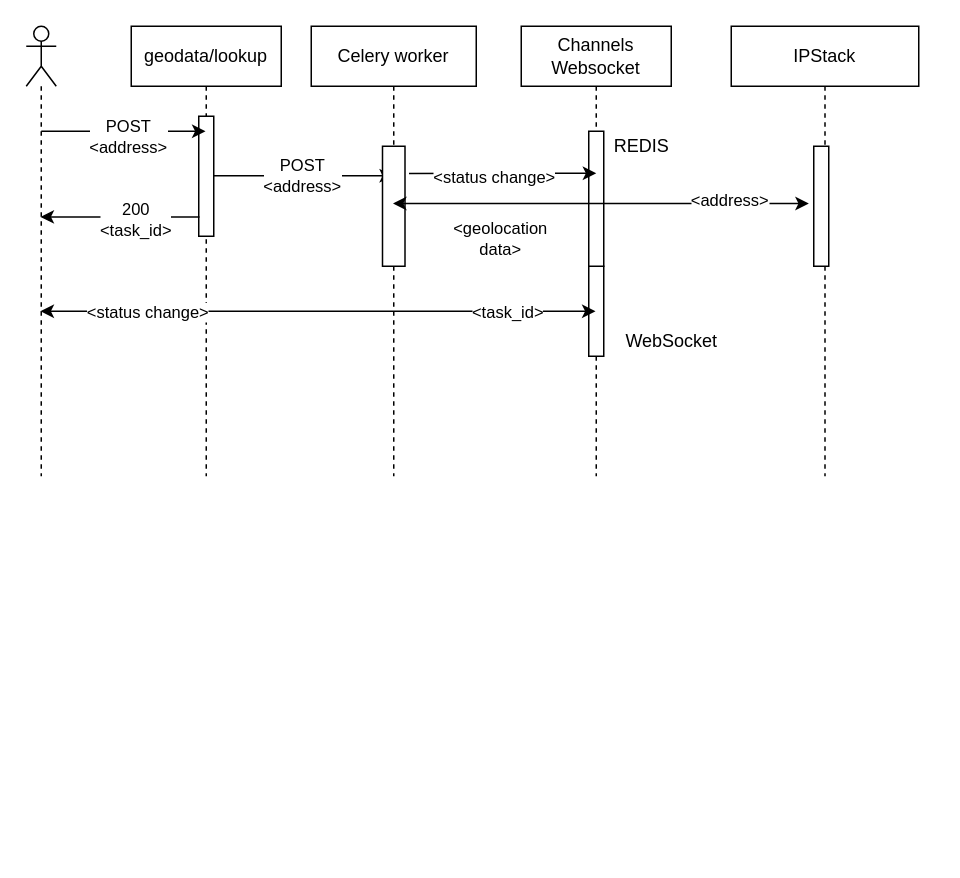
yourboirusty/geoapi keeps this draw.io diagram as docs/diagrams/UserAddressLookup.drawio. Above is the earlier version. Source tidied: cells renumbered, new cells numbered last; positions are measured from the earlier drawing's top-left corner, leaving out a move shared by most shapes. Both pictures are drawn from the tidied source at 150%, with x=0, y=0 at pixel (26, 26).
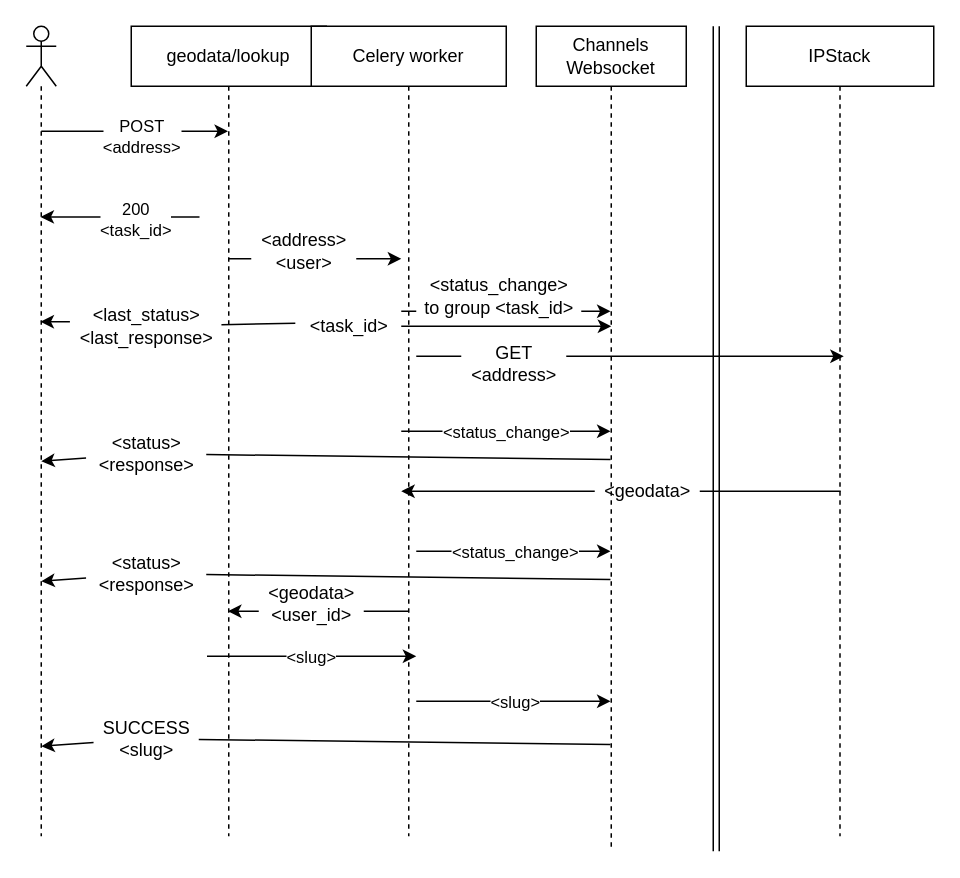
Above is the later version.

Commit message (it also covers changes not shown here):
Improve diagram

The edit, as a diff of the source:
```diff
@@
     <mxCell id="2" style="shape=umlLifeline;participant=umlActor;perimeter=lifelinePerimeter;whiteSpace=wrap;html=1;verticalAlign=top;spacingTop=36;outlineConnect=0;" parent="1" vertex="1">
-      <mxGeometry width="20" height="300" as="geometry" />
+      <mxGeometry width="20" height="540" as="geometry" />
     </mxCell>
     <mxCell id="3" value="geodata/lookup" style="shape=umlLifeline;perimeter=lifelinePerimeter;whiteSpace=wrap;html=1;outlineConnect=0;" parent="1" vertex="1">
-      <mxGeometry x="70" width="100" height="300" as="geometry" />
+      <mxGeometry x="70" width="130" height="540" as="geometry" />
     </mxCell>
-    <mxCell id="4" style="html=1;points=[];perimeter=orthogonalPerimeter;horizontal=0;align=left;verticalAlign=top;" parent="3" vertex="1">
-      <mxGeometry x="45" y="60" width="10" height="80" as="geometry" />
-    </mxCell>
-    <mxCell id="5" style="endArrow=classic;html=1;rounded=0;" parent="3" edge="1" target="11">
-      <mxGeometry relative="1" as="geometry">
-        <mxPoint x="75" y="99.7" as="sourcePoint" />
-        <Array as="points">
-          <mxPoint x="55" y="99.7" />
-          <mxPoint x="75" y="99.7" />
-        </Array>
-      </mxGeometry>
-    </mxCell>
-    <mxCell id="6" value="POST&lt;br&gt;&amp;lt;address&amp;gt;" style="edgeLabel;html=1;align=center;verticalAlign=middle;" parent="5" vertex="1">
-      <mxGeometry x="0.17" y="-3" relative="1" as="geometry">
-        <mxPoint x="-4" y="-3" as="offset" />
-      </mxGeometry>
-    </mxCell>
+    <mxCell id="28" style="endArrow=classic;html=1;rounded=0;" parent="3" edge="1">
+      <mxGeometry relative="1" as="geometry">
+        <mxPoint x="50.5" y="420" as="sourcePoint" />
+        <mxPoint x="190" y="420" as="targetPoint" />
+      </mxGeometry>
+    </mxCell>
+    <mxCell id="29" value="&amp;lt;slug&amp;gt;" style="edgeLabel;html=1;align=center;verticalAlign=middle;" parent="28" vertex="1">
+      <mxGeometry x="-0.27" relative="1" as="geometry">
+        <mxPoint x="18" as="offset" />
+      </mxGeometry>
+    </mxCell>
+    <mxCell id="26" value="&amp;lt;task_id&amp;gt;" style="text;html=1;align=center;verticalAlign=middle;points=[];strokeColor=none;fillColor=default;" parent="3" vertex="1">
+      <mxGeometry x="110" y="190" width="70" height="20" as="geometry" />
+    </mxCell>
+    <mxCell id="30" style="endArrow=classic;html=1;rounded=0;startArrow=none;" parent="3" edge="1" source="31">
+      <mxGeometry relative="1" as="geometry">
+        <mxPoint x="-60" y="370" as="targetPoint" />
+      </mxGeometry>
+    </mxCell>
+    <mxCell id="31" value="&amp;lt;status&amp;gt;&lt;br&gt;&amp;lt;response&amp;gt;" style="text;html=1;align=center;verticalAlign=middle;points=[];strokeColor=none;fillColor=default;" parent="3" vertex="1">
+      <mxGeometry x="-30" y="350" width="80" height="30" as="geometry" />
+    </mxCell>
+    <mxCell id="32" style="endArrow=none;html=1;rounded=0;" parent="3" edge="1" target="31">
+      <mxGeometry relative="1" as="geometry">
+        <mxPoint x="319.5" y="368.9" as="sourcePoint" />
+      </mxGeometry>
+    </mxCell>
@@
-    <mxCell id="9" style="endArrow=classic;html=1;rounded=0;exitX=0.052;exitY=0.839;exitDx=0;exitDy=0;exitPerimeter=0;" parent="1" edge="1" source="4" target="2">
-      <mxGeometry relative="1" as="geometry" />
+    <mxCell id="9" style="endArrow=classic;html=1;rounded=0;exitX=0.052;exitY=0.839;exitDx=0;exitDy=0;exitPerimeter=0;" parent="1" edge="1" target="2">
+      <mxGeometry relative="1" as="geometry">
+        <mxPoint x="115.5" y="127.1" as="sourcePoint" />
+      </mxGeometry>
     </mxCell>
@@
     <mxCell id="11" value="Celery worker" style="shape=umlLifeline;perimeter=lifelinePerimeter;whiteSpace=wrap;html=1;outlineConnect=0;" parent="1" vertex="1">
-      <mxGeometry x="190" width="110" height="300" as="geometry" />
+      <mxGeometry x="190" width="130" height="540" as="geometry" />
     </mxCell>
-    <mxCell id="12" style="html=1;points=[];perimeter=orthogonalPerimeter;horizontal=0;align=left;verticalAlign=top;" parent="11" vertex="1">
-      <mxGeometry x="47.5" y="80" width="15" height="80" as="geometry" />
-    </mxCell>
+    <mxCell id="33" style="endArrow=classic;html=1;rounded=0;" parent="11" edge="1" source="3">
+      <mxGeometry relative="1" as="geometry">
+        <mxPoint x="60" y="155" as="targetPoint" />
+      </mxGeometry>
+    </mxCell>
+    <mxCell id="34" value="&amp;lt;address&amp;gt;&lt;br&gt;&amp;lt;user&amp;gt;" style="text;html=1;align=center;verticalAlign=middle;strokeColor=none;fillColor=default;" parent="11" vertex="1">
+      <mxGeometry x="-40" y="135" width="70" height="30" as="geometry" />
+    </mxCell>
+    <mxCell id="35" style="endArrow=classic;html=1;rounded=0;" parent="11" edge="1">
+      <mxGeometry relative="1" as="geometry">
+        <mxPoint x="70" y="450" as="sourcePoint" />
+        <mxPoint x="199.5" y="450" as="targetPoint" />
+      </mxGeometry>
+    </mxCell>
+    <mxCell id="36" value="&amp;lt;slug&amp;gt;" style="edgeLabel;html=1;align=center;verticalAlign=middle;" parent="35" vertex="1">
+      <mxGeometry x="-0.27" relative="1" as="geometry">
+        <mxPoint x="18" as="offset" />
+      </mxGeometry>
+    </mxCell>
     <mxCell id="13" value="Channels&lt;br&gt;Websocket" style="shape=umlLifeline;perimeter=lifelinePerimeter;whiteSpace=wrap;html=1;outlineConnect=0;" parent="1" vertex="1">
-      <mxGeometry x="330" width="100" height="300" as="geometry" />
+      <mxGeometry x="340" width="100" height="550" as="geometry" />
     </mxCell>
-    <mxCell id="14" style="html=1;perimeter=orthogonalPerimeter;horizontal=0;align=left;verticalAlign=top;" parent="13" vertex="1">
-      <mxGeometry x="45" y="160" width="10" height="60" as="geometry" />
-    </mxCell>
-    <mxCell id="15" style="html=1;perimeter=orthogonalPerimeter;horizontal=0;align=left;verticalAlign=top;" parent="13" vertex="1">
-      <mxGeometry x="45" y="70" width="10" height="90" as="geometry" />
-    </mxCell>
-    <mxCell id="16" value="REDIS" style="text;html=1;align=center;verticalAlign=middle;strokeColor=none;fillColor=none;" parent="13" vertex="1">
-      <mxGeometry x="55" y="70" width="50" height="20" as="geometry" />
-    </mxCell>
+    <mxCell id="37" style="endArrow=classic;html=1;rounded=0;startArrow=none;startFill=1;" parent="13" edge="1" source="26">
+      <mxGeometry relative="1" as="geometry">
+        <mxPoint x="50" y="200" as="targetPoint" />
+      </mxGeometry>
+    </mxCell>
+    <mxCell id="38" style="endArrow=classic;html=1;rounded=0;" parent="13" edge="1" target="13">
+      <mxGeometry relative="1" as="geometry">
+        <mxPoint x="-90" y="190" as="sourcePoint" />
+      </mxGeometry>
+    </mxCell>
+    <mxCell id="39" value="&amp;lt;status_change&amp;gt;&lt;br&gt;to group &amp;lt;task_id&amp;gt;" style="text;html=1;align=center;verticalAlign=middle;strokeColor=none;fillColor=default;" parent="13" vertex="1">
+      <mxGeometry x="-80" y="165" width="110" height="30" as="geometry" />
+    </mxCell>
+    <mxCell id="40" style="endArrow=classic;html=1;rounded=0;" parent="13" edge="1">
+      <mxGeometry relative="1" as="geometry">
+        <mxPoint x="-90" y="270" as="sourcePoint" />
+        <mxPoint x="49.5" y="270" as="targetPoint" />
+      </mxGeometry>
+    </mxCell>
+    <mxCell id="41" value="&amp;lt;status_change&amp;gt;" style="edgeLabel;html=1;align=center;verticalAlign=middle;" parent="40" vertex="1">
+      <mxGeometry x="-0.27" relative="1" as="geometry">
+        <mxPoint x="18" as="offset" />
+      </mxGeometry>
+    </mxCell>
+    <mxCell id="42" style="endArrow=classic;html=1;rounded=0;" parent="13" edge="1">
+      <mxGeometry relative="1" as="geometry">
+        <mxPoint x="-80" y="350" as="sourcePoint" />
+        <mxPoint x="49.5" y="350" as="targetPoint" />
+      </mxGeometry>
+    </mxCell>
+    <mxCell id="43" value="&amp;lt;status_change&amp;gt;" style="edgeLabel;html=1;align=center;verticalAlign=middle;" parent="42" vertex="1">
+      <mxGeometry x="-0.27" relative="1" as="geometry">
+        <mxPoint x="18" as="offset" />
+      </mxGeometry>
+    </mxCell>
     <mxCell id="17" value="IPStack" style="shape=umlLifeline;perimeter=lifelinePerimeter;whiteSpace=wrap;html=1;" parent="1" vertex="1">
-      <mxGeometry x="470" width="125" height="300" as="geometry" />
+      <mxGeometry x="480" width="125" height="540" as="geometry" />
     </mxCell>
-    <mxCell id="18" style="html=1;points=[];perimeter=orthogonalPerimeter;horizontal=0;align=left;verticalAlign=top;" parent="17" vertex="1">
-      <mxGeometry x="55" y="80" width="10" height="80" as="geometry" />
-    </mxCell>
-    <mxCell id="19" style="endArrow=classic;startArrow=classic;html=1;rounded=0;entryX=-0.328;entryY=0.477;entryDx=0;entryDy=0;entryPerimeter=0;" parent="1" edge="1" source="11" target="18">
-      <mxGeometry relative="1" as="geometry" />
-    </mxCell>
-    <mxCell id="20" value="&amp;lt;address&amp;gt;&lt;br&gt;" style="edgeLabel;html=1;align=center;verticalAlign=middle;" parent="19" vertex="1">
-      <mxGeometry x="-0.56" y="3" relative="1" as="geometry">
-        <mxPoint x="163" as="offset" />
-      </mxGeometry>
-    </mxCell>
-    <mxCell id="21" value="&amp;lt;geolocation&lt;br&gt;data&amp;gt;" style="edgeLabel;html=1;align=center;verticalAlign=middle;" parent="1" vertex="1">
-      <mxGeometry x="330" y="140" as="geometry">
-        <mxPoint x="-15" y="1" as="offset" />
-      </mxGeometry>
-    </mxCell>
-    <mxCell id="22" style="endArrow=classic;html=1;rounded=0;exitX=1.178;exitY=0.227;exitDx=0;exitDy=0;exitPerimeter=0;" parent="1" edge="1" source="12" target="13">
-      <mxGeometry relative="1" as="geometry">
-        <Array as="points">
-          <mxPoint x="380" y="98" />
-        </Array>
-      </mxGeometry>
-    </mxCell>
-    <mxCell id="23" value="&amp;lt;status change&amp;gt;" style="edgeLabel;html=1;align=center;verticalAlign=middle;" parent="22" vertex="1">
-      <mxGeometry x="0.28" relative="1" as="geometry">
-        <mxPoint x="-24" y="2" as="offset" />
-      </mxGeometry>
-    </mxCell>
-    <mxCell id="24" style="endArrow=classic;startArrow=classic;html=1;rounded=0;" parent="1" edge="1" source="2" target="13">
-      <mxGeometry relative="1" as="geometry">
-        <Array as="points">
-          <mxPoint x="320" y="190" />
-        </Array>
-      </mxGeometry>
-    </mxCell>
-    <mxCell id="25" value="&amp;lt;status change&amp;gt;" style="edgeLabel;html=1;align=center;verticalAlign=middle;" parent="1" vertex="1">
-      <mxGeometry x="80" y="190" as="geometry" />
-    </mxCell>
-    <mxCell id="26" value="&amp;lt;task_id&amp;gt;" style="edgeLabel;html=1;align=center;verticalAlign=middle;points=[];" parent="1" vertex="1">
-      <mxGeometry x="320" y="190" as="geometry" />
-    </mxCell>
-    <mxCell id="27" value="WebSocket" style="text;html=1;align=center;verticalAlign=middle;strokeColor=none;fillColor=none;" parent="1" vertex="1">
-      <mxGeometry x="390" y="200" width="80" height="20" as="geometry" />
-    </mxCell>
+    <mxCell id="44" style="endArrow=classic;html=1;rounded=0;" parent="17" edge="1">
+      <mxGeometry relative="1" as="geometry">
+        <mxPoint x="-220" y="220" as="sourcePoint" />
+        <mxPoint x="65" y="220" as="targetPoint" />
+      </mxGeometry>
+    </mxCell>
+    <mxCell id="45" style="endArrow=none;html=1;rounded=0;shape=link;" parent="1" edge="1">
+      <mxGeometry relative="1" as="geometry">
+        <mxPoint x="460" y="550" as="sourcePoint" />
+        <mxPoint x="460" as="targetPoint" />
+      </mxGeometry>
+    </mxCell>
+    <mxCell id="46" value="GET&lt;br&gt;&amp;lt;address&amp;gt;" style="text;html=1;align=center;verticalAlign=middle;strokeColor=none;fillColor=default;" parent="1" vertex="1">
+      <mxGeometry x="290" y="210" width="70" height="30" as="geometry" />
+    </mxCell>
+    <mxCell id="47" style="endArrow=classic;html=1;rounded=0;startArrow=none;" parent="1" edge="1" source="48">
+      <mxGeometry relative="1" as="geometry">
+        <mxPoint x="250" y="310" as="targetPoint" />
+      </mxGeometry>
+    </mxCell>
+    <mxCell id="48" value="&amp;lt;geodata&amp;gt;" style="text;html=1;align=center;verticalAlign=middle;points=[];strokeColor=none;fillColor=none;" parent="1" vertex="1">
+      <mxGeometry x="379" y="300" width="70" height="20" as="geometry" />
+    </mxCell>
+    <mxCell id="49" style="endArrow=none;html=1;rounded=0;" parent="1" edge="1" target="48">
+      <mxGeometry relative="1" as="geometry">
+        <mxPoint x="543" y="310" as="sourcePoint" />
+      </mxGeometry>
+    </mxCell>
+    <mxCell id="50" style="endArrow=classic;html=1;rounded=0;" parent="1" edge="1" source="11" target="3">
+      <mxGeometry relative="1" as="geometry">
+        <Array as="points">
+          <mxPoint x="160" y="390" />
+        </Array>
+      </mxGeometry>
+    </mxCell>
+    <mxCell id="51" value="&amp;lt;geodata&amp;gt;&lt;br&gt;&amp;lt;user_id&amp;gt;" style="text;html=1;align=center;verticalAlign=middle;strokeColor=none;fillColor=default;" parent="1" vertex="1">
+      <mxGeometry x="155" y="370" width="70" height="30" as="geometry" />
+    </mxCell>
+    <mxCell id="52" style="endArrow=none;html=1;rounded=0;startArrow=none;startFill=1;entryX=-0.009;entryY=0.4;entryDx=0;entryDy=0;entryPerimeter=0;" parent="1" edge="1" source="53" target="26">
+      <mxGeometry relative="1" as="geometry" />
+    </mxCell>
+    <mxCell id="53" value="&amp;lt;last_status&amp;gt;&lt;br&gt;&amp;lt;last_response&amp;gt;" style="text;html=1;align=center;verticalAlign=middle;points=[];strokeColor=none;fillColor=default;" parent="1" vertex="1">
+      <mxGeometry x="30" y="185" width="100" height="30" as="geometry" />
+    </mxCell>
+    <mxCell id="54" style="endArrow=none;html=1;rounded=0;startArrow=classic;startFill=1;entryX=-0.009;entryY=0.4;entryDx=0;entryDy=0;entryPerimeter=0;" parent="1" edge="1" source="2" target="53">
+      <mxGeometry relative="1" as="geometry" />
+    </mxCell>
+    <mxCell id="55" style="endArrow=classic;html=1;rounded=0;startArrow=none;" parent="1" edge="1" source="56">
+      <mxGeometry relative="1" as="geometry">
+        <mxPoint x="10" y="290" as="targetPoint" />
+      </mxGeometry>
+    </mxCell>
+    <mxCell id="56" value="&amp;lt;status&amp;gt;&lt;br&gt;&amp;lt;response&amp;gt;" style="text;html=1;align=center;verticalAlign=middle;points=[];strokeColor=none;fillColor=default;" parent="1" vertex="1">
+      <mxGeometry x="40" y="270" width="80" height="30" as="geometry" />
+    </mxCell>
+    <mxCell id="57" style="endArrow=none;html=1;rounded=0;" parent="1" edge="1" target="56">
+      <mxGeometry relative="1" as="geometry">
+        <mxPoint x="389.5" y="288.9" as="sourcePoint" />
+      </mxGeometry>
+    </mxCell>
+    <mxCell id="58" style="endArrow=classic;html=1;rounded=0;startArrow=none;" parent="1" edge="1" source="59">
+      <mxGeometry relative="1" as="geometry">
+        <mxPoint x="10" y="480" as="targetPoint" />
+      </mxGeometry>
+    </mxCell>
+    <mxCell id="59" value="SUCCESS&lt;br&gt;&amp;lt;slug&amp;gt;" style="text;html=1;align=center;verticalAlign=middle;points=[];strokeColor=none;fillColor=default;" parent="1" vertex="1">
+      <mxGeometry x="45" y="460" width="70" height="30" as="geometry" />
+    </mxCell>
+    <mxCell id="60" style="endArrow=none;html=1;rounded=0;" parent="1" edge="1" target="59">
+      <mxGeometry relative="1" as="geometry">
+        <mxPoint x="389.5" y="478.9" as="sourcePoint" />
+      </mxGeometry>
+    </mxCell>
```
